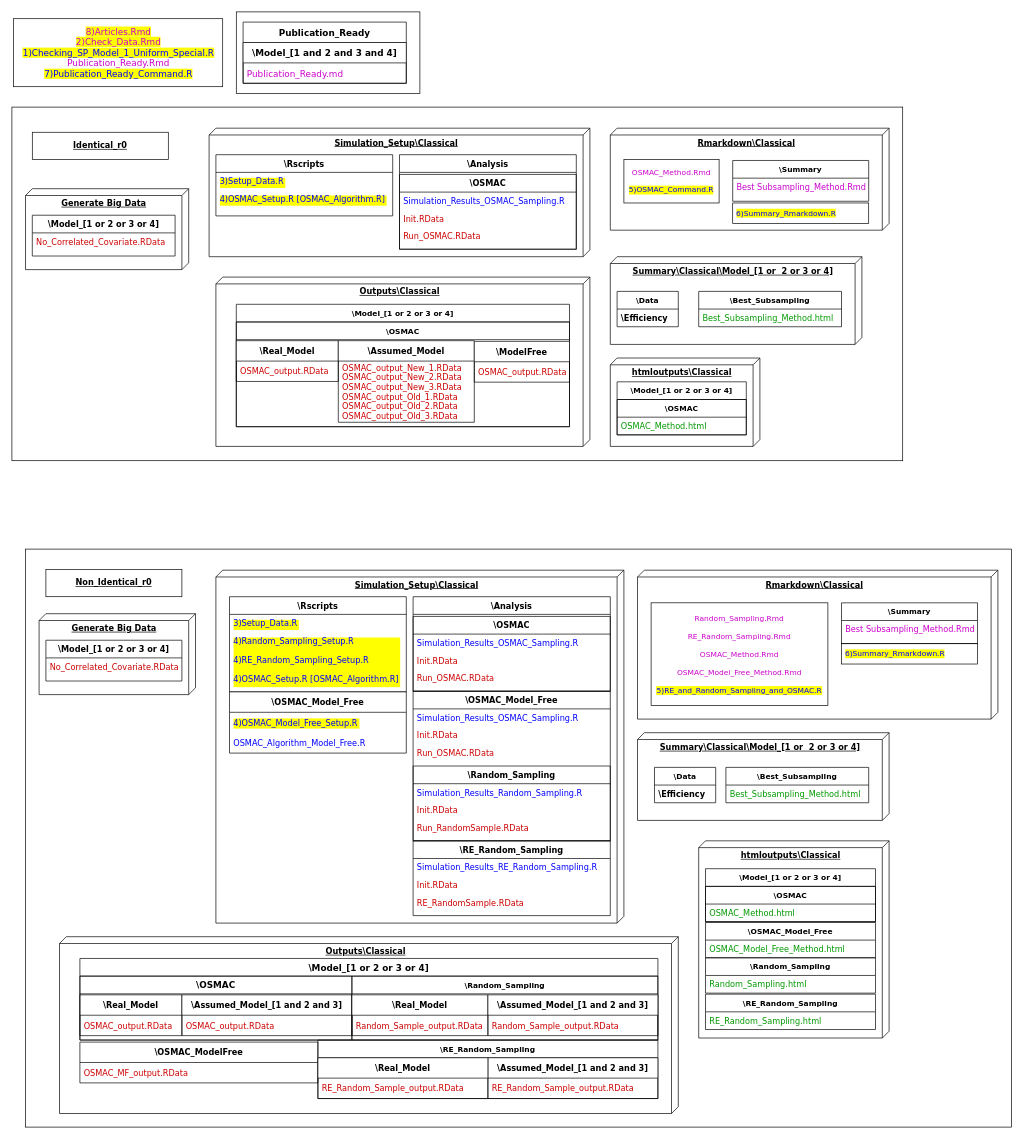
Earlier version of the draw.io diagram Images/Brief_FullDiagram.drawio (Amalan-ConStat/RS_OS_MROS_PR_TwoVar_Uniform). Source tidied: cells renumbered, new cells numbered last; positions are measured from the earlier drawing's top-left corner, leaving out a move shared by most shapes. Both pictures are drawn from the tidied source at 68%, with x=0, y=0 at pixel (12, 12).
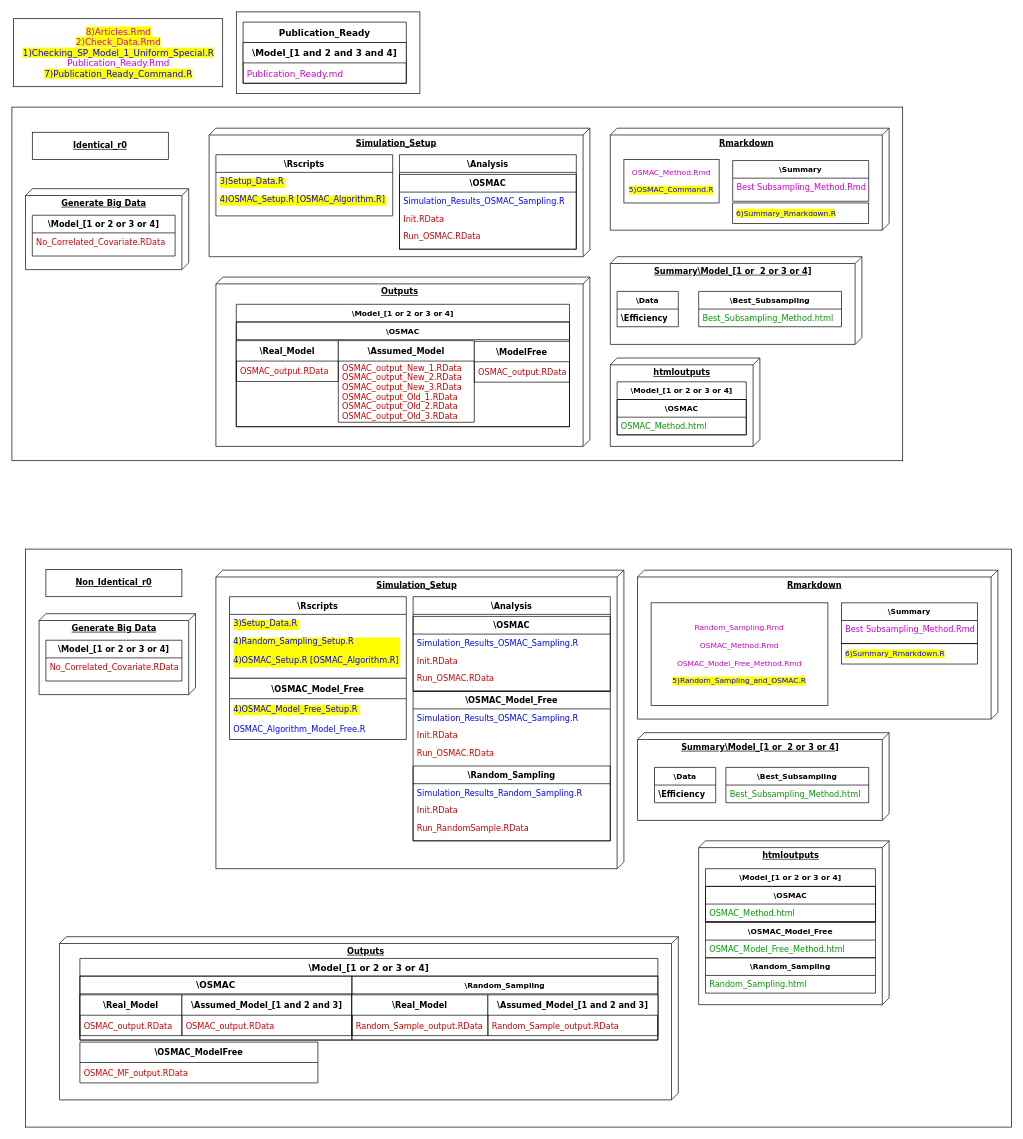
Above is the later version.

Change to the diagram source:
```diff
@@
-    <mxCell id="6" value="htmloutputs\Classical&lt;br&gt;&lt;br&gt;" style="verticalAlign=top;align=center;spacingTop=8;spacingLeft=2;spacingRight=12;shape=cube;size=10;direction=south;fontStyle=5;html=1;rounded=0;shadow=0;comic=0;labelBackgroundColor=none;strokeWidth=1;fontFamily=Verdana;fontSize=12;" parent="1" vertex="1">
+    <mxCell id="6" value="htmloutputs&lt;br&gt;" style="verticalAlign=top;align=center;spacingTop=8;spacingLeft=2;spacingRight=12;shape=cube;size=10;direction=south;fontStyle=5;html=1;rounded=0;shadow=0;comic=0;labelBackgroundColor=none;strokeWidth=1;fontFamily=Verdana;fontSize=12;" parent="1" vertex="1">
       <mxGeometry x="880" y="509" width="220" height="130" as="geometry" />
     </mxCell>
-    <mxCell id="7" value="Outputs\Classical" style="verticalAlign=top;align=center;spacingTop=8;spacingLeft=2;spacingRight=12;shape=cube;size=10;direction=south;fontStyle=5;html=1;rounded=0;shadow=0;comic=0;labelBackgroundColor=none;strokeWidth=1;fontFamily=Verdana;fontSize=12;" parent="1" vertex="1">
+    <mxCell id="7" value="Outputs" style="verticalAlign=top;align=center;spacingTop=8;spacingLeft=2;spacingRight=12;shape=cube;size=10;direction=south;fontStyle=5;html=1;rounded=0;shadow=0;comic=0;labelBackgroundColor=none;strokeWidth=1;fontFamily=Verdana;fontSize=12;" parent="1" vertex="1">
       <mxGeometry x="300" y="390" width="550" height="249" as="geometry" />
     </mxCell>
-    <mxCell id="8" value="&lt;b&gt;Rmarkdown\Classical&lt;/b&gt;" style="verticalAlign=top;align=center;spacingTop=8;spacingLeft=2;spacingRight=12;shape=cube;size=10;direction=south;fontStyle=4;html=1;rounded=0;shadow=0;comic=0;labelBackgroundColor=none;strokeWidth=1;fontFamily=Verdana;fontSize=12;" parent="1" vertex="1">
+    <mxCell id="8" value="&lt;b&gt;Rmarkdown&lt;/b&gt;" style="verticalAlign=top;align=center;spacingTop=8;spacingLeft=2;spacingRight=12;shape=cube;size=10;direction=south;fontStyle=4;html=1;rounded=0;shadow=0;comic=0;labelBackgroundColor=none;strokeWidth=1;fontFamily=Verdana;fontSize=12;" parent="1" vertex="1">
       <mxGeometry x="880" y="171" width="410" height="150" as="geometry" />
     </mxCell>
-    <mxCell id="9" value="Simulation_Setup\Classical" style="verticalAlign=top;align=center;spacingTop=8;spacingLeft=2;spacingRight=12;shape=cube;size=10;direction=south;fontStyle=5;html=1;rounded=0;shadow=0;comic=0;labelBackgroundColor=none;strokeWidth=1;fontFamily=Verdana;fontSize=12;" parent="1" vertex="1">
+    <mxCell id="9" value="Simulation_Setup" style="verticalAlign=top;align=center;spacingTop=8;spacingLeft=2;spacingRight=12;shape=cube;size=10;direction=south;fontStyle=5;html=1;rounded=0;shadow=0;comic=0;labelBackgroundColor=none;strokeWidth=1;fontFamily=Verdana;fontSize=12;" parent="1" vertex="1">
       <mxGeometry x="290" y="171" width="560" height="189" as="geometry" />
     </mxCell>
-    <mxCell id="10" value="&lt;b&gt;Summary\Classical\Model_[1 or&amp;nbsp; 2 or 3 or 4]&lt;/b&gt;" style="verticalAlign=top;align=center;spacingTop=8;spacingLeft=2;spacingRight=12;shape=cube;size=10;direction=south;fontStyle=4;html=1;rounded=0;shadow=0;comic=0;labelBackgroundColor=none;strokeWidth=1;fontFamily=Verdana;fontSize=12;" parent="1" vertex="1">
+    <mxCell id="10" value="&lt;b&gt;Summary\Model_[1 or&amp;nbsp; 2 or 3 or 4]&lt;/b&gt;" style="verticalAlign=top;align=center;spacingTop=8;spacingLeft=2;spacingRight=12;shape=cube;size=10;direction=south;fontStyle=4;html=1;rounded=0;shadow=0;comic=0;labelBackgroundColor=none;strokeWidth=1;fontFamily=Verdana;fontSize=12;" parent="1" vertex="1">
       <mxGeometry x="880" y="360" width="370" height="129" as="geometry" />
     </mxCell>
@@
-    <mxCell id="42" value="htmloutputs\Classical&lt;br&gt;&lt;br&gt;" style="verticalAlign=top;align=center;spacingTop=8;spacingLeft=2;spacingRight=12;shape=cube;size=10;direction=south;fontStyle=5;html=1;rounded=0;shadow=0;comic=0;labelBackgroundColor=none;strokeWidth=1;fontFamily=Verdana;fontSize=12;" parent="1" vertex="1">
-      <mxGeometry x="1010" y="1219" width="280" height="290" as="geometry" />
+    <mxCell id="42" value="htmloutputs&lt;br&gt;" style="verticalAlign=top;align=center;spacingTop=8;spacingLeft=2;spacingRight=12;shape=cube;size=10;direction=south;fontStyle=5;html=1;rounded=0;shadow=0;comic=0;labelBackgroundColor=none;strokeWidth=1;fontFamily=Verdana;fontSize=12;" parent="1" vertex="1">
+      <mxGeometry x="1010" y="1219" width="280" height="241" as="geometry" />
     </mxCell>
-    <mxCell id="43" value="Outputs\Classical" style="verticalAlign=top;align=center;spacingTop=8;spacingLeft=2;spacingRight=12;shape=cube;size=10;direction=south;fontStyle=5;html=1;rounded=0;shadow=0;comic=0;labelBackgroundColor=none;strokeWidth=1;fontFamily=Verdana;fontSize=12;" parent="1" vertex="1">
-      <mxGeometry x="70" y="1360" width="910" height="260" as="geometry" />
+    <mxCell id="43" value="Outputs" style="verticalAlign=top;align=center;spacingTop=8;spacingLeft=2;spacingRight=12;shape=cube;size=10;direction=south;fontStyle=5;html=1;rounded=0;shadow=0;comic=0;labelBackgroundColor=none;strokeWidth=1;fontFamily=Verdana;fontSize=12;" parent="1" vertex="1">
+      <mxGeometry x="70" y="1360" width="910" height="240" as="geometry" />
     </mxCell>
-    <mxCell id="44" value="&lt;b&gt;Rmarkdown\Classical&lt;/b&gt;" style="verticalAlign=top;align=center;spacingTop=8;spacingLeft=2;spacingRight=12;shape=cube;size=10;direction=south;fontStyle=4;html=1;rounded=0;shadow=0;comic=0;labelBackgroundColor=none;strokeWidth=1;fontFamily=Verdana;fontSize=12;" parent="1" vertex="1">
+    <mxCell id="44" value="&lt;b&gt;Rmarkdown&lt;/b&gt;" style="verticalAlign=top;align=center;spacingTop=8;spacingLeft=2;spacingRight=12;shape=cube;size=10;direction=south;fontStyle=4;html=1;rounded=0;shadow=0;comic=0;labelBackgroundColor=none;strokeWidth=1;fontFamily=Verdana;fontSize=12;" parent="1" vertex="1">
       <mxGeometry x="920" y="821" width="530" height="219" as="geometry" />
     </mxCell>
-    <mxCell id="45" value="Simulation_Setup\Classical" style="verticalAlign=top;align=center;spacingTop=8;spacingLeft=2;spacingRight=12;shape=cube;size=10;direction=south;fontStyle=5;html=1;rounded=0;shadow=0;comic=0;labelBackgroundColor=none;strokeWidth=1;fontFamily=Verdana;fontSize=12;" parent="1" vertex="1">
-      <mxGeometry x="300" y="821" width="600" height="519" as="geometry" />
+    <mxCell id="45" value="Simulation_Setup" style="verticalAlign=top;align=center;spacingTop=8;spacingLeft=2;spacingRight=12;shape=cube;size=10;direction=south;fontStyle=5;html=1;rounded=0;shadow=0;comic=0;labelBackgroundColor=none;strokeWidth=1;fontFamily=Verdana;fontSize=12;" parent="1" vertex="1">
+      <mxGeometry x="300" y="821" width="600" height="439" as="geometry" />
     </mxCell>
-    <mxCell id="46" value="&lt;b&gt;Summary\Classical\Model_[1 or&amp;nbsp; 2 or 3 or 4]&lt;/b&gt;" style="verticalAlign=top;align=center;spacingTop=8;spacingLeft=2;spacingRight=12;shape=cube;size=10;direction=south;fontStyle=4;html=1;rounded=0;shadow=0;comic=0;labelBackgroundColor=none;strokeWidth=1;fontFamily=Verdana;fontSize=12;" parent="1" vertex="1">
+    <mxCell id="46" value="&lt;b&gt;Summary\Model_[1 or&amp;nbsp; 2 or 3 or 4]&lt;/b&gt;" style="verticalAlign=top;align=center;spacingTop=8;spacingLeft=2;spacingRight=12;shape=cube;size=10;direction=south;fontStyle=4;html=1;rounded=0;shadow=0;comic=0;labelBackgroundColor=none;strokeWidth=1;fontFamily=Verdana;fontSize=12;" parent="1" vertex="1">
       <mxGeometry x="920" y="1060" width="370" height="129" as="geometry" />
     </mxCell>
@@
     <mxCell id="49" value="\Rscripts" style="swimlane;fontStyle=1;horizontal=1;startSize=26;fontFamily=Verdana;" parent="1" vertex="1">
-      <mxGeometry x="320" y="860" width="260" height="140" as="geometry" />
+      <mxGeometry x="320" y="860" width="260" height="120" as="geometry" />
     </mxCell>
@@
-    <mxCell id="51" value="4)Random_Sampling_Setup.R&#10;&#10;4)RE_Random_Sampling_Setup.R&#10;&#10;4)OSMAC_Setup.R [OSMAC_Algorithm.R]&#10;" style="text;strokeColor=none;fillColor=none;align=left;verticalAlign=top;spacingLeft=4;spacingRight=4;overflow=hidden;fontColor=#0000FF;fontFamily=Verdana;labelBackgroundColor=#FFFF00;" parent="49" vertex="1">
-      <mxGeometry y="52" width="260" height="88" as="geometry" />
+    <mxCell id="51" value="4)Random_Sampling_Setup.R&#10;&#10;4)OSMAC_Setup.R [OSMAC_Algorithm.R]&#10;" style="text;strokeColor=none;fillColor=none;align=left;verticalAlign=top;spacingLeft=4;spacingRight=4;overflow=hidden;fontColor=#0000FF;fontFamily=Verdana;labelBackgroundColor=#FFFF00;" parent="49" vertex="1">
+      <mxGeometry y="52" width="260" height="68" as="geometry" />
     </mxCell>
@@
-    <mxCell id="54" value="&lt;font color=&quot;#cc00cc&quot;&gt;Random_Sampling.Rmd&lt;br&gt;&lt;br&gt;&lt;/font&gt;&lt;span style=&quot;color: rgb(204 , 0 , 204)&quot;&gt;RE_Random_Sampling.Rmd&lt;/span&gt;&lt;font color=&quot;#cc00cc&quot;&gt;&lt;br&gt;&lt;br&gt;OSMAC_Method.Rmd&lt;br&gt;&lt;br&gt;OSMAC_Model_Free_Method.Rmd&lt;br&gt;&lt;/font&gt;&lt;br&gt;&lt;font style=&quot;background-color: rgb(255, 255, 0);&quot; color=&quot;#0000ff&quot;&gt;5)RE_and_Random_Sampling_and_OSMAC.R&lt;/font&gt;" style="whiteSpace=wrap;html=1;fontSize=11;fontColor=#000000;strokeColor=#000000;fillColor=none;align=center;fontFamily=Verdana;" parent="1" vertex="1">
+    <mxCell id="54" value="&lt;font color=&quot;#cc00cc&quot;&gt;Random_Sampling.Rmd&lt;br&gt;&lt;/font&gt;&lt;font color=&quot;#cc00cc&quot;&gt;&lt;br&gt;OSMAC_Method.Rmd&lt;br&gt;&lt;br&gt;OSMAC_Model_Free_Method.Rmd&lt;br&gt;&lt;/font&gt;&lt;br&gt;&lt;font style=&quot;background-color: rgb(255, 255, 0);&quot; color=&quot;#0000ff&quot;&gt;5)Random_Sampling_and_OSMAC.R&lt;/font&gt;" style="whiteSpace=wrap;html=1;fontSize=11;fontColor=#000000;strokeColor=#000000;fillColor=none;align=center;fontFamily=Verdana;" parent="1" vertex="1">
       <mxGeometry x="940" y="869" width="260" height="151" as="geometry" />
     </mxCell>
@@
     <mxCell id="76" value="\OSMAC_Model_Free" style="swimlane;fontStyle=1;horizontal=1;startSize=30;fontColor=#000000;fontFamily=Verdana;" parent="1" vertex="1">
-      <mxGeometry x="320" y="1000" width="260" height="90" as="geometry" />
+      <mxGeometry x="320" y="980" width="260" height="90" as="geometry" />
     </mxCell>
@@
-    <mxCell id="87" value="\RE_Random_Sampling" style="swimlane;fontStyle=1;horizontal=1;startSize=26;strokeColor=#000000;fillColor=none;fontFamily=Verdana;" parent="1" vertex="1">
-      <mxGeometry x="590" y="1219" width="290" height="110" as="geometry" />
-    </mxCell>
-    <mxCell id="88" value="Simulation_Results_RE_Random_Sampling.R" style="text;strokeColor=none;fillColor=none;align=left;verticalAlign=top;spacingLeft=4;spacingRight=4;overflow=hidden;fontColor=#0000FF;fontFamily=Verdana;" parent="87" vertex="1">
-      <mxGeometry y="26" width="290" height="26" as="geometry" />
-    </mxCell>
-    <mxCell id="89" value="Init.RData" style="text;strokeColor=none;fillColor=none;align=left;verticalAlign=top;spacingLeft=4;spacingRight=4;overflow=hidden;fontColor=#CC0000;fontFamily=Verdana;" parent="87" vertex="1">
-      <mxGeometry y="52" width="290" height="26" as="geometry" />
-    </mxCell>
-    <mxCell id="90" value="RE_RandomSample.RData" style="text;strokeColor=none;fillColor=none;align=left;verticalAlign=top;spacingLeft=4;spacingRight=4;overflow=hidden;fontColor=#CC0000;fontFamily=Verdana;" parent="87" vertex="1">
-      <mxGeometry y="78" width="290" height="32" as="geometry" />
-    </mxCell>
@@
-    <mxCell id="97" value="\RE_Random_Sampling" style="swimlane;fontStyle=1;horizontal=1;startSize=26;fontSize=11;strokeColor=#000000;fillColor=none;align=center;html=0;fontFamily=Verdana;" parent="1" vertex="1">
-      <mxGeometry x="450" y="1512" width="500" height="86" as="geometry" />
-    </mxCell>
-    <mxCell id="98" value="\Assumed_Model_[1 and 2 and 3]" style="swimlane;fontStyle=1;horizontal=1;startSize=30;fontColor=#000000;fontFamily=Verdana;" parent="1" vertex="1">
-      <mxGeometry x="700" y="1538" width="250" height="60" as="geometry" />
-    </mxCell>
-    <mxCell id="99" value="RE_Random_Sample_output.RData" style="text;strokeColor=none;fillColor=none;align=left;verticalAlign=middle;spacingLeft=4;spacingRight=4;overflow=hidden;fontColor=#CC0000;fontFamily=Verdana;" parent="98" vertex="1">
-      <mxGeometry y="30" width="250" height="30" as="geometry" />
-    </mxCell>
-    <mxCell id="100" value="\Real_Model" style="swimlane;fontStyle=1;horizontal=1;startSize=30;fontColor=#000000;fontFamily=Verdana;" parent="1" vertex="1">
-      <mxGeometry x="450" y="1538" width="250" height="60" as="geometry" />
-    </mxCell>
-    <mxCell id="101" value="RE_Random_Sample_output.RData" style="text;strokeColor=none;fillColor=none;align=left;verticalAlign=middle;spacingLeft=4;spacingRight=4;overflow=hidden;fontColor=#CC0000;fontFamily=Verdana;" parent="100" vertex="1">
-      <mxGeometry y="30" width="250" height="30" as="geometry" />
-    </mxCell>
@@
-    <mxCell id="106" value="\RE_Random_Sampling" style="swimlane;fontStyle=1;horizontal=1;startSize=26;fontSize=11;strokeColor=#000000;fillColor=none;align=center;html=0;fontFamily=Verdana;" parent="1" vertex="1">
-      <mxGeometry x="1020" y="1444.5" width="250" height="52" as="geometry" />
-    </mxCell>
-    <mxCell id="107" value="RE_Random_Sampling.html" style="text;strokeColor=none;fillColor=none;align=left;verticalAlign=top;spacingLeft=4;spacingRight=4;overflow=hidden;fontColor=#009900;fontFamily=Verdana;" parent="106" vertex="1">
-      <mxGeometry y="26" width="250" height="26" as="geometry" />
-    </mxCell>
```
